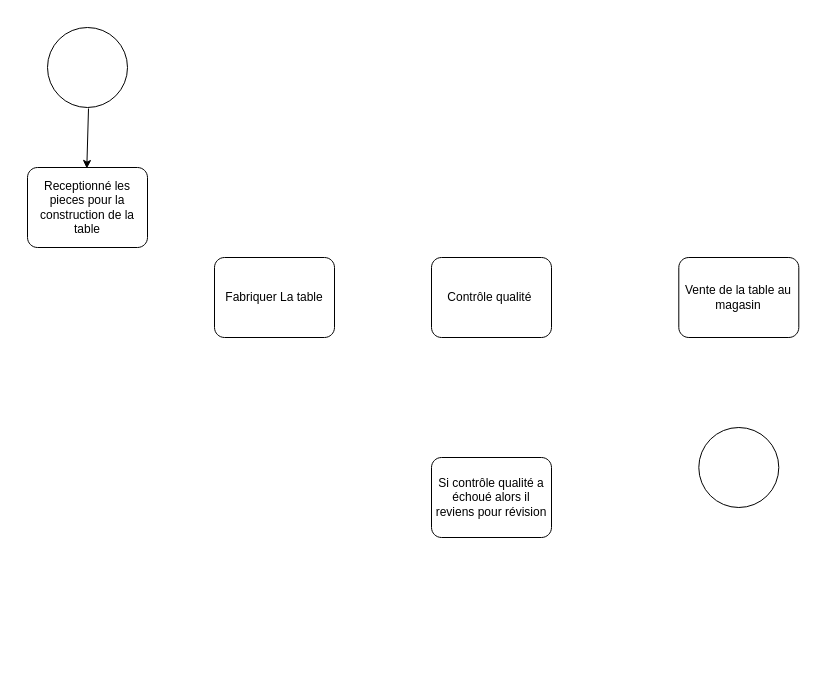
Before: FabricationTable.drawio in quemet/Draw.io, a draw.io diagram. Source tidied: cells renumbered, new cells numbered last; positions are measured from the earlier drawing's top-left corner, leaving out a move shared by most shapes. Both pictures are drawn from the tidied source at 100%, with x=0, y=0 at pixel (27, 27).
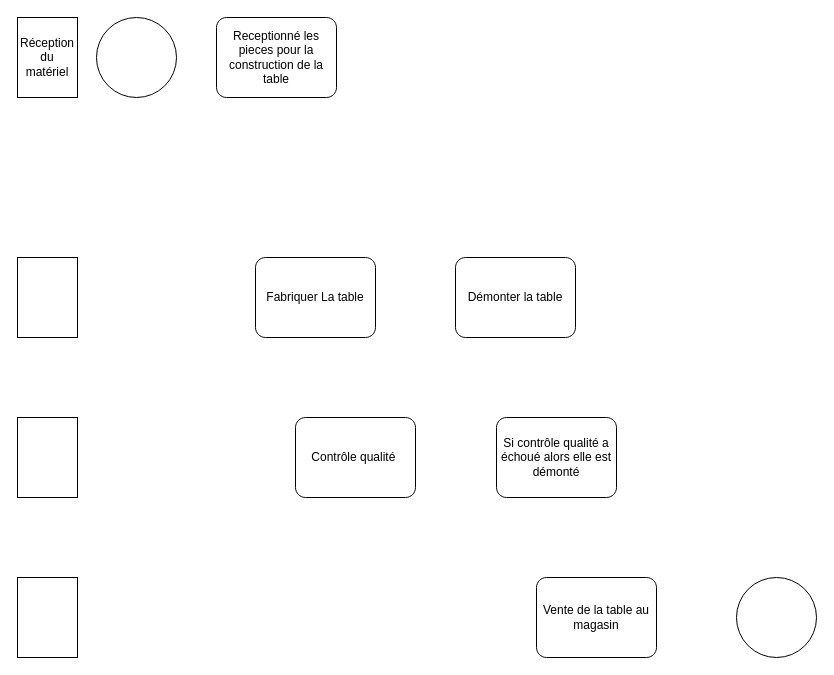
Above is the later version.

Commit message:
Mettre à jour FabricationTable.drawio

Change to the diagram source:
```diff
@@
 <mxGraphModel>
   <root>
     <mxCell id="0" />
     <mxCell id="1" parent="0" />
-    <mxCell id="2" style="ellipse;whiteSpace=wrap;html=1;" parent="1" vertex="1">
-      <mxGeometry x="20" width="80" height="80" as="geometry" />
-    </mxCell>
-    <mxCell id="3" style="endArrow=classic;html=1;rounded=0;entryX=0.5;entryY=0;entryDx=0;entryDy=0;" parent="1" edge="1">
-      <mxGeometry relative="1" as="geometry">
-        <mxPoint x="61" y="81" as="sourcePoint" />
-        <mxPoint x="59.3" y="141" as="targetPoint" />
-      </mxGeometry>
-    </mxCell>
-    <mxCell id="4" style="ellipse;whiteSpace=wrap;html=1;" parent="1" vertex="1">
-      <mxGeometry x="671.3" y="400" width="80" height="80" as="geometry" />
-    </mxCell>
     <mxCell id="5" value="Receptionné les pieces pour la construction de la table" style="shape=mxgraph.bpmn.task;whiteSpace=wrap;rectStyle=rounded;size=10;html=1;taskMarker=abstract;" parent="1" vertex="1">
-      <mxGeometry y="140" width="120" height="80" as="geometry" />
+      <mxGeometry x="189" y="-10" width="120" height="80" as="geometry" />
     </mxCell>
     <mxCell id="6" value="Fabriquer La table" style="shape=mxgraph.bpmn.task;whiteSpace=wrap;rectStyle=rounded;size=10;html=1;taskMarker=abstract;" parent="1" vertex="1">
-      <mxGeometry x="187" y="230" width="120" height="80" as="geometry" />
+      <mxGeometry x="228" y="230" width="120" height="80" as="geometry" />
     </mxCell>
     <mxCell id="7" value="Contrôle qualité&amp;nbsp;" style="shape=mxgraph.bpmn.task;whiteSpace=wrap;rectStyle=rounded;size=10;html=1;taskMarker=abstract;" parent="1" vertex="1">
-      <mxGeometry x="404" y="230" width="120" height="80" as="geometry" />
+      <mxGeometry x="268" y="390" width="120" height="80" as="geometry" />
     </mxCell>
     <mxCell id="8" value="Vente de la table au magasin" style="shape=mxgraph.bpmn.task;whiteSpace=wrap;rectStyle=rounded;size=10;html=1;taskMarker=abstract;" parent="1" vertex="1">
-      <mxGeometry x="651.3" y="230" width="120" height="80" as="geometry" />
+      <mxGeometry x="509" y="550" width="120" height="80" as="geometry" />
     </mxCell>
-    <mxCell id="9" value="Si contrôle qualité a échoué alors il reviens pour révision" style="shape=mxgraph.bpmn.task;whiteSpace=wrap;rectStyle=rounded;size=10;html=1;taskMarker=abstract;" parent="1" vertex="1">
-      <mxGeometry x="404" y="430" width="120" height="80" as="geometry" />
+    <mxCell id="9" value="Si contrôle qualité a échoué alors elle est démonté" style="shape=mxgraph.bpmn.task;whiteSpace=wrap;rectStyle=rounded;size=10;html=1;taskMarker=abstract;" parent="1" vertex="1">
+      <mxGeometry x="469" y="390" width="120" height="80" as="geometry" />
     </mxCell>
+    <mxCell id="10" value="Démonter la table" style="shape=mxgraph.bpmn.task;whiteSpace=wrap;rectStyle=rounded;size=10;html=1;taskMarker=abstract;" parent="1" vertex="1">
+      <mxGeometry x="428" y="230" width="120" height="80" as="geometry" />
+    </mxCell>
+    <mxCell id="11" style="ellipse;whiteSpace=wrap;html=1;" parent="1" vertex="1">
+      <mxGeometry x="709" y="550" width="80" height="80" as="geometry" />
+    </mxCell>
+    <mxCell id="12" style="ellipse;whiteSpace=wrap;html=1;" parent="1" vertex="1">
+      <mxGeometry x="69" y="-10" width="80" height="80" as="geometry" />
+    </mxCell>
+    <mxCell id="13" value="Réception du matériel" style="rounded=0;whiteSpace=wrap;html=1;" parent="1" vertex="1">
+      <mxGeometry x="-10" y="-10" width="60" height="80" as="geometry" />
+    </mxCell>
+    <mxCell id="14" style="rounded=0;whiteSpace=wrap;html=1;" parent="1" vertex="1">
+      <mxGeometry x="-10" y="230" width="60" height="80" as="geometry" />
+    </mxCell>
+    <mxCell id="15" style="rounded=0;whiteSpace=wrap;html=1;" parent="1" vertex="1">
+      <mxGeometry x="-10" y="390" width="60" height="80" as="geometry" />
+    </mxCell>
+    <mxCell id="16" style="rounded=0;whiteSpace=wrap;html=1;" parent="1" vertex="1">
+      <mxGeometry x="-10" y="550" width="60" height="80" as="geometry" />
+    </mxCell>
   </root>
 </mxGraphModel>
```
